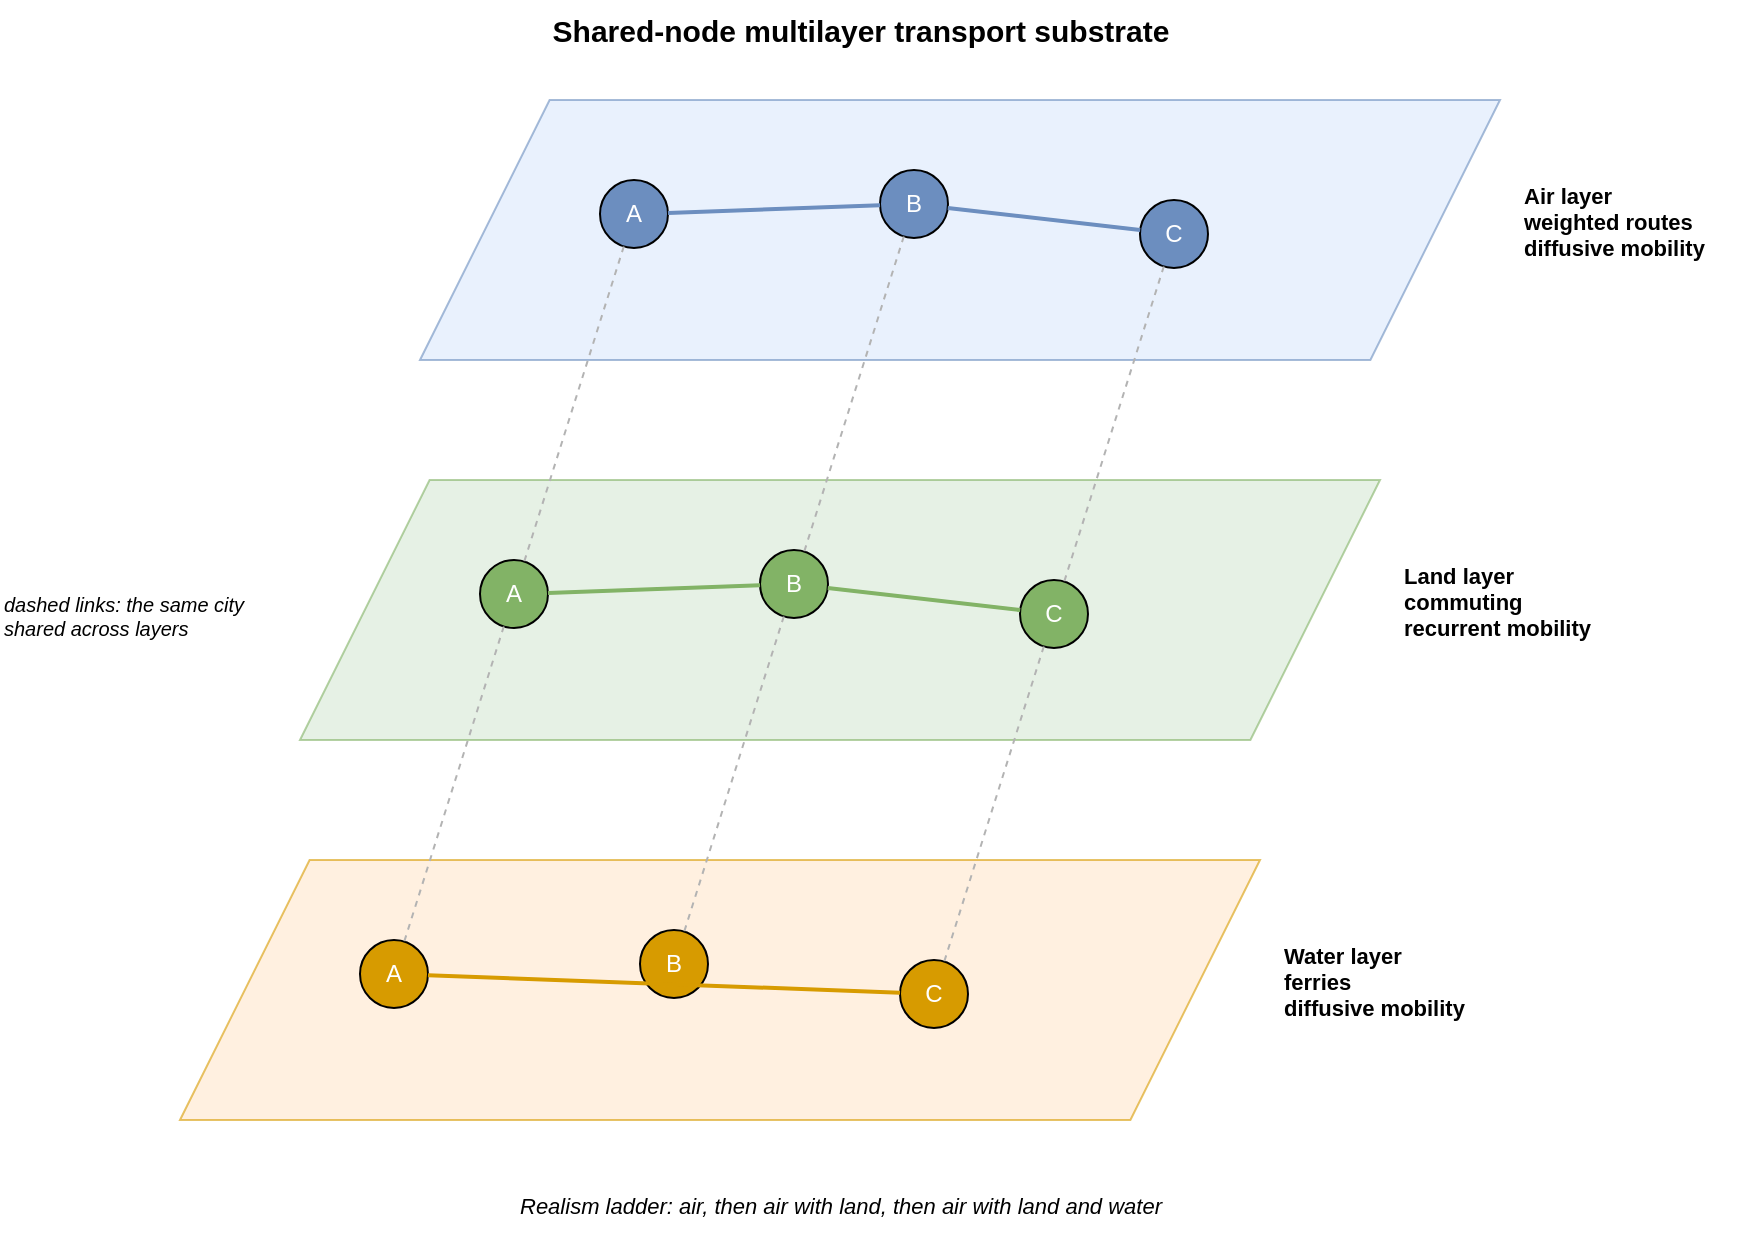
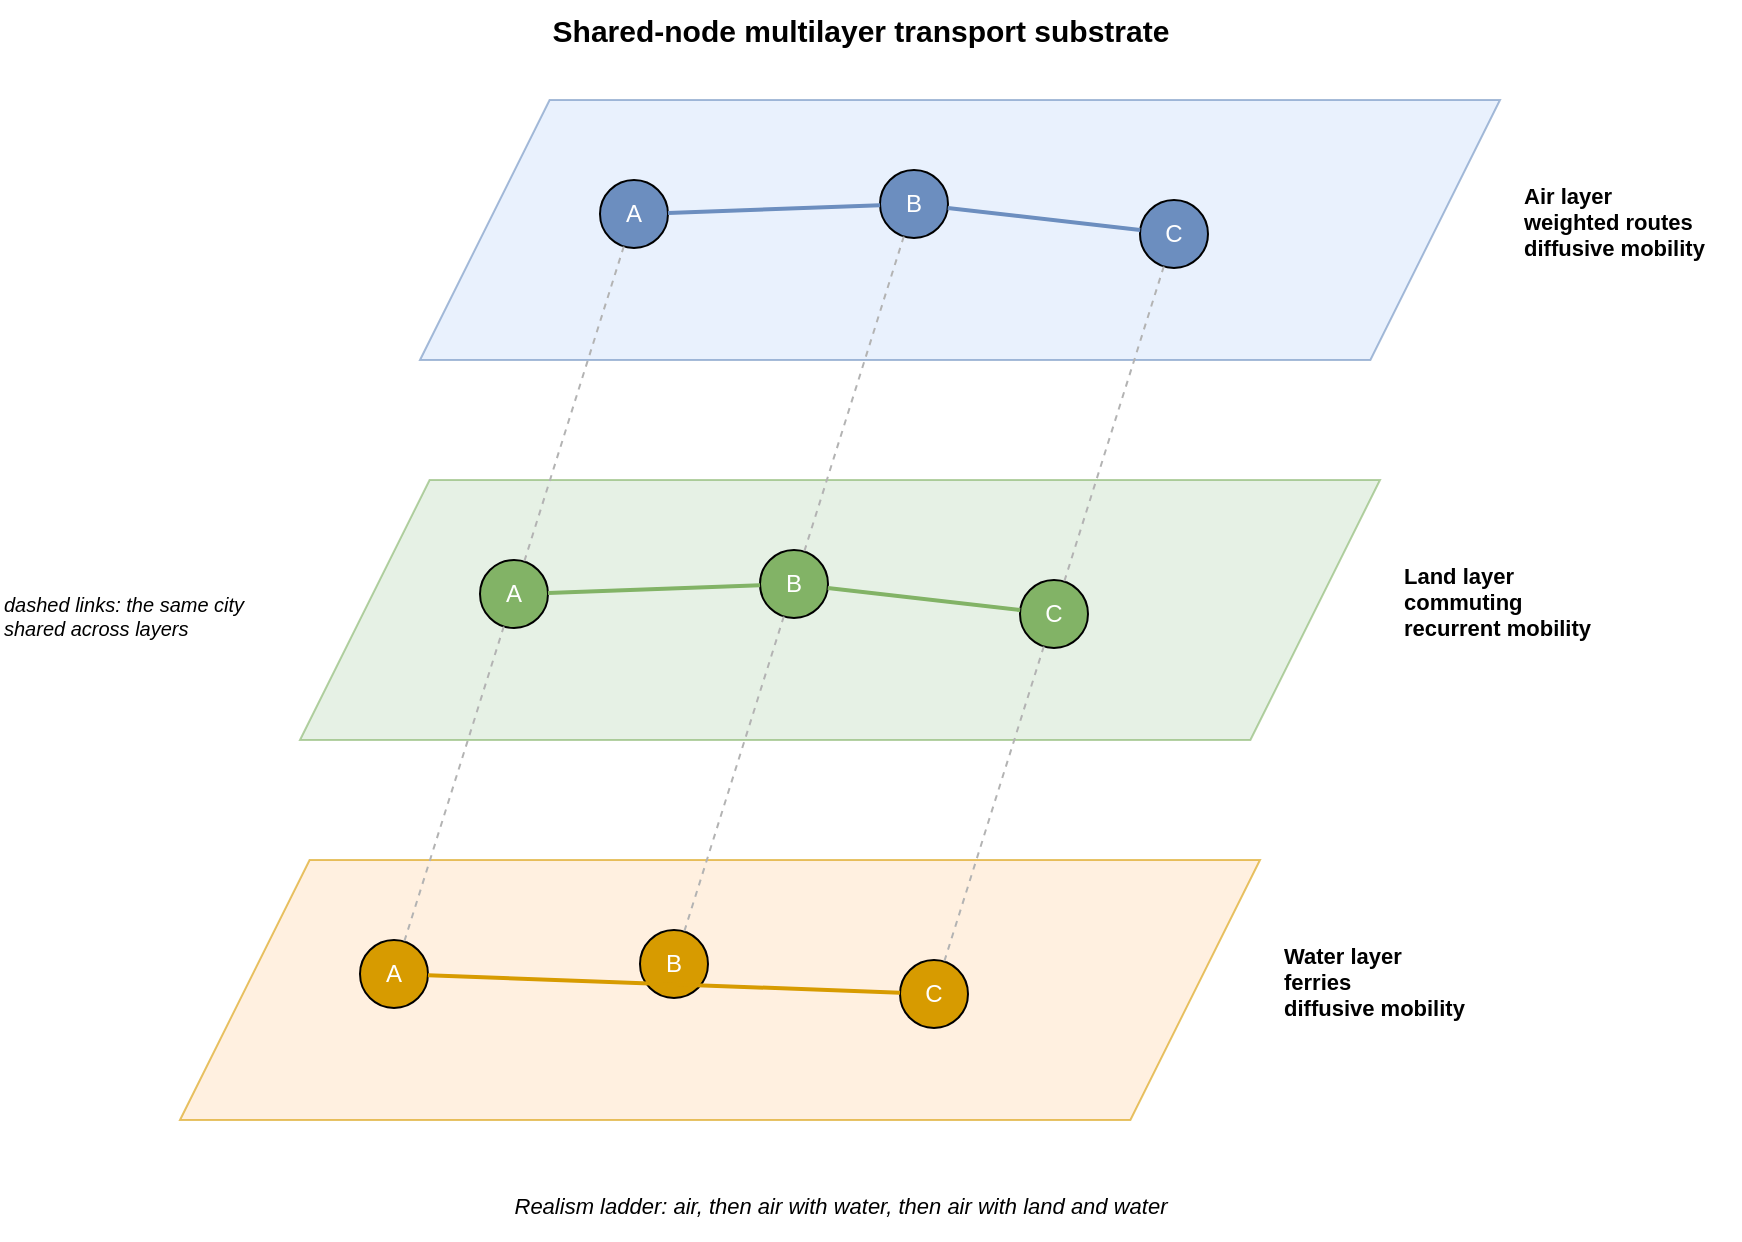
<mxfile host="app.diagrams.net" type="device">
  <diagram id="F2stack" name="F2 Multilayer substrate">
    <mxGraphModel dx="1100" dy="800" grid="1" gridSize="10" guides="1" tooltips="1" connect="1" arrows="1" fold="1" page="1" pageScale="1" pageWidth="900" pageHeight="700" math="0" shadow="0">
      <root>
        <mxCell id="0" />
        <mxCell id="1" parent="0" />

        <mxCell id="title" value="Shared-node multilayer transport substrate" style="text;html=1;fontSize=15;fontStyle=1;align=center;" vertex="1" parent="1">
          <mxGeometry x="200" y="10" width="520" height="30" as="geometry" />
        </mxCell>

        <!-- Planes (parallelograms) -->
        <mxCell id="pAir" value="" style="shape=parallelogram;perimeter=parallelogramPerimeter;whiteSpace=wrap;html=1;fillColor=#dae8fc;strokeColor=#6c8ebf;opacity=60;size=0.12;" vertex="1" parent="1">
          <mxGeometry x="240" y="60" width="540" height="130" as="geometry" />
        </mxCell>
        <mxCell id="pLand" value="" style="shape=parallelogram;perimeter=parallelogramPerimeter;whiteSpace=wrap;html=1;fillColor=#d5e8d4;strokeColor=#82b366;opacity=60;size=0.12;" vertex="1" parent="1">
          <mxGeometry x="180" y="250" width="540" height="130" as="geometry" />
        </mxCell>
        <mxCell id="pWater" value="" style="shape=parallelogram;perimeter=parallelogramPerimeter;whiteSpace=wrap;html=1;fillColor=#ffe6cc;strokeColor=#d79b00;opacity=60;size=0.12;" vertex="1" parent="1">
          <mxGeometry x="120" y="440" width="540" height="130" as="geometry" />
        </mxCell>

        <!-- Plane labels -->
        <mxCell id="lAir" value="Air layer&#10;weighted routes&#10;diffusive mobility" style="text;html=1;fontSize=11;align=left;fontStyle=1;" vertex="1" parent="1">
          <mxGeometry x="790" y="95" width="110" height="60" as="geometry" />
        </mxCell>
        <mxCell id="lLand" value="Land layer&#10;commuting&#10;recurrent mobility" style="text;html=1;fontSize=11;align=left;fontStyle=1;" vertex="1" parent="1">
          <mxGeometry x="730" y="285" width="120" height="60" as="geometry" />
        </mxCell>
        <mxCell id="lWater" value="Water layer&#10;ferries&#10;diffusive mobility" style="text;html=1;fontSize=11;align=left;fontStyle=1;" vertex="1" parent="1">
          <mxGeometry x="670" y="475" width="130" height="60" as="geometry" />
        </mxCell>

        <!-- AIR nodes -->
        <mxCell id="a1" value="A" style="ellipse;whiteSpace=wrap;html=1;fillColor=#6c8ebf;fontColor=#ffffff;" vertex="1" parent="1"><mxGeometry x="330" y="100" width="34" height="34" as="geometry" /></mxCell>
        <mxCell id="a2" value="B" style="ellipse;whiteSpace=wrap;html=1;fillColor=#6c8ebf;fontColor=#ffffff;" vertex="1" parent="1"><mxGeometry x="470" y="95" width="34" height="34" as="geometry" /></mxCell>
        <mxCell id="a3" value="C" style="ellipse;whiteSpace=wrap;html=1;fillColor=#6c8ebf;fontColor=#ffffff;" vertex="1" parent="1"><mxGeometry x="600" y="110" width="34" height="34" as="geometry" /></mxCell>
        <!-- LAND nodes -->
        <mxCell id="d1" value="A" style="ellipse;whiteSpace=wrap;html=1;fillColor=#82b366;fontColor=#ffffff;" vertex="1" parent="1"><mxGeometry x="270" y="290" width="34" height="34" as="geometry" /></mxCell>
        <mxCell id="d2" value="B" style="ellipse;whiteSpace=wrap;html=1;fillColor=#82b366;fontColor=#ffffff;" vertex="1" parent="1"><mxGeometry x="410" y="285" width="34" height="34" as="geometry" /></mxCell>
        <mxCell id="d3" value="C" style="ellipse;whiteSpace=wrap;html=1;fillColor=#82b366;fontColor=#ffffff;" vertex="1" parent="1"><mxGeometry x="540" y="300" width="34" height="34" as="geometry" /></mxCell>
        <!-- WATER nodes -->
        <mxCell id="w1" value="A" style="ellipse;whiteSpace=wrap;html=1;fillColor=#d79b00;fontColor=#ffffff;" vertex="1" parent="1"><mxGeometry x="210" y="480" width="34" height="34" as="geometry" /></mxCell>
        <mxCell id="w2" value="B" style="ellipse;whiteSpace=wrap;html=1;fillColor=#d79b00;fontColor=#ffffff;" vertex="1" parent="1"><mxGeometry x="350" y="475" width="34" height="34" as="geometry" /></mxCell>
        <mxCell id="w3" value="C" style="ellipse;whiteSpace=wrap;html=1;fillColor=#d79b00;fontColor=#ffffff;" vertex="1" parent="1"><mxGeometry x="480" y="490" width="34" height="34" as="geometry" /></mxCell>

        <!-- intra-layer edges -->
        <mxCell id="ea1" style="endArrow=none;html=1;strokeColor=#6c8ebf;strokeWidth=2;" edge="1" parent="1" source="a1" target="a2"><mxGeometry relative="1" as="geometry" /></mxCell>
        <mxCell id="ea2" style="endArrow=none;html=1;strokeColor=#6c8ebf;strokeWidth=2;" edge="1" parent="1" source="a2" target="a3"><mxGeometry relative="1" as="geometry" /></mxCell>
        <mxCell id="ed1" style="endArrow=none;html=1;strokeColor=#82b366;strokeWidth=2;" edge="1" parent="1" source="d1" target="d2"><mxGeometry relative="1" as="geometry" /></mxCell>
        <mxCell id="ed2" style="endArrow=none;html=1;strokeColor=#82b366;strokeWidth=2;" edge="1" parent="1" source="d2" target="d3"><mxGeometry relative="1" as="geometry" /></mxCell>
        <mxCell id="ew1" style="endArrow=none;html=1;strokeColor=#d79b00;strokeWidth=2;" edge="1" parent="1" source="w1" target="w3"><mxGeometry relative="1" as="geometry" /></mxCell>

        <!-- inter-layer coupling (dashed) -->
        <mxCell id="cAB1" style="endArrow=none;html=1;dashed=1;strokeColor=#b3b3b3;" edge="1" parent="1" source="a1" target="d1"><mxGeometry relative="1" as="geometry" /></mxCell>
        <mxCell id="cAB2" style="endArrow=none;html=1;dashed=1;strokeColor=#b3b3b3;" edge="1" parent="1" source="d1" target="w1"><mxGeometry relative="1" as="geometry" /></mxCell>
        <mxCell id="cBB1" style="endArrow=none;html=1;dashed=1;strokeColor=#b3b3b3;" edge="1" parent="1" source="a2" target="d2"><mxGeometry relative="1" as="geometry" /></mxCell>
        <mxCell id="cBB2" style="endArrow=none;html=1;dashed=1;strokeColor=#b3b3b3;" edge="1" parent="1" source="d2" target="w2"><mxGeometry relative="1" as="geometry" /></mxCell>
        <mxCell id="cCC1" style="endArrow=none;html=1;dashed=1;strokeColor=#b3b3b3;" edge="1" parent="1" source="a3" target="d3"><mxGeometry relative="1" as="geometry" /></mxCell>
        <mxCell id="cCC2" style="endArrow=none;html=1;dashed=1;strokeColor=#b3b3b3;" edge="1" parent="1" source="d3" target="w3"><mxGeometry relative="1" as="geometry" /></mxCell>

        <mxCell id="couplabel" value="dashed links: the same city&#10;shared across layers" style="text;html=1;fontSize=10;fontStyle=2;align=left;" vertex="1" parent="1">
          <mxGeometry x="30" y="300" width="150" height="40" as="geometry" />
        </mxCell>
-         <mxCell id="ladder" value="Realism ladder: air, then air with land, then air with land and water" style="text;html=1;fontSize=11;fontStyle=2;align=center;" vertex="1" parent="1">
+         <mxCell id="ladder" value="Realism ladder: air, then air with water, then air with land and water" style="text;html=1;fontSize=11;fontStyle=2;align=center;" vertex="1" parent="1">
          <mxGeometry x="200" y="600" width="500" height="30" as="geometry" />
        </mxCell>
      </root>
    </mxGraphModel>
  </diagram>
</mxfile>
